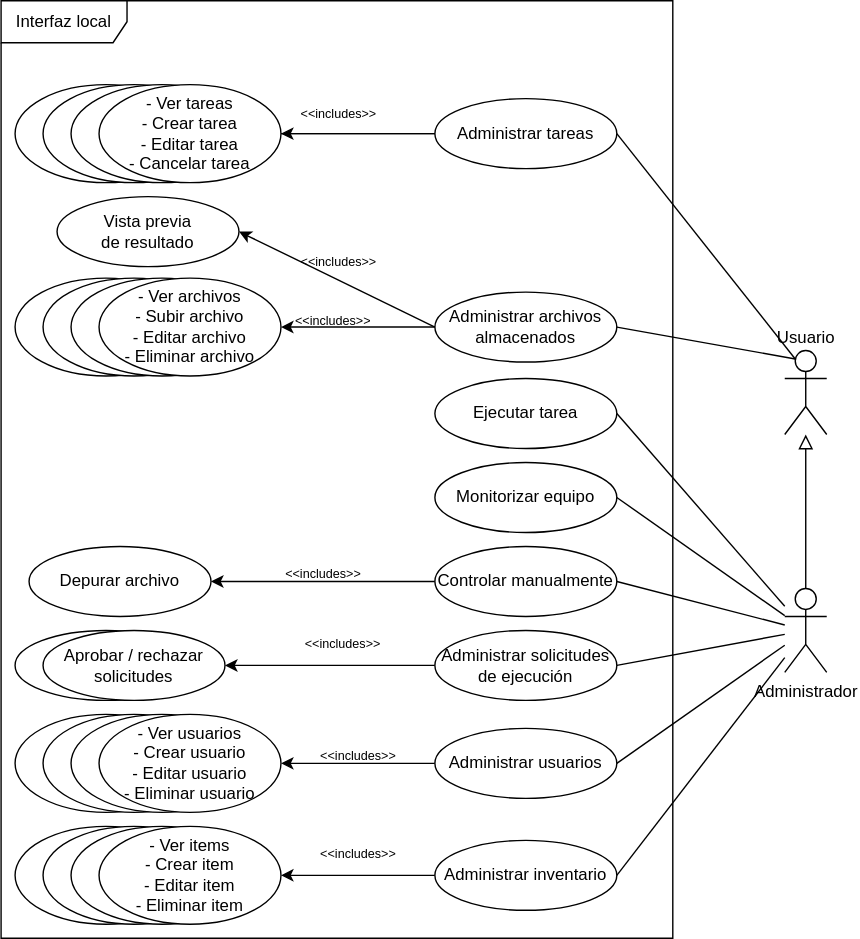
Above: docs/design/use-cases/local-interface-use-cases.drawio.svg in Leandro-Bertoluzzi/remote-cnc (draw.io), before the change. Source tidied: cells renumbered, new cells last; positions are measured from the earlier drawing's top-left corner, leaving out a move shared by most shapes.
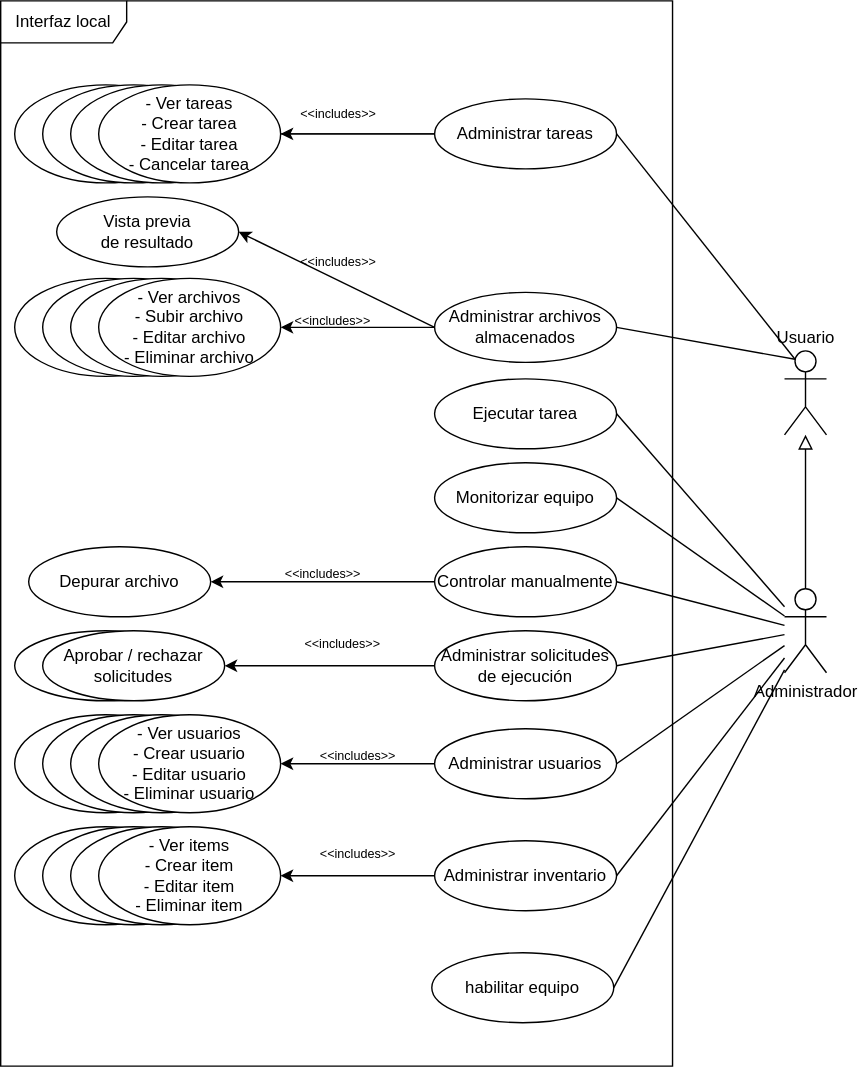
Later version of the same file.

Commit message:
docs: Split deployment and installation guides docs: Added enable_device to user cases diagram

Diff of the diagram source:
```diff
@@ -12,7 +12,7 @@
       <mxGeometry x="30" y="60" width="130" height="70" as="geometry" />
     </mxCell>
     <mxCell id="5" value="Interfaz local" style="shape=umlFrame;whiteSpace=wrap;html=1;width=90;height=30;" parent="1" vertex="1">
-      <mxGeometry width="480" height="670" as="geometry" />
+      <mxGeometry width="480" height="761" as="geometry" />
     </mxCell>
     <mxCell id="6" value="Administrar tareas" style="ellipse;whiteSpace=wrap;html=1;" parent="1" vertex="1">
       <mxGeometry x="310" y="70" width="130" height="50" as="geometry" />
@@ -110,6 +110,9 @@
     <mxCell id="35" style="rounded=0;jettySize=auto;html=1;entryX=1;entryY=0.5;entryDx=0;entryDy=0;endArrow=none;endFill=0;" parent="1" edge="1" source="36" target="7">
       <mxGeometry relative="1" as="geometry" />
     </mxCell>
+    <mxCell id="53" style="edgeStyle=none;html=1;entryX=1;entryY=0.5;entryDx=0;entryDy=0;endArrow=none;endFill=0;" parent="1" edge="1" source="36" target="54">
+      <mxGeometry relative="1" as="geometry" />
+    </mxCell>
     <mxCell id="36" value="Administrador" style="shape=umlActor;verticalLabelPosition=bottom;verticalAlign=top;html=1;" parent="1" vertex="1">
       <mxGeometry x="560" y="420" width="30" height="60" as="geometry" />
     </mxCell>
@@ -161,5 +164,8 @@
     <mxCell id="52" value="Depurar archivo" style="ellipse;whiteSpace=wrap;html=1;" parent="1" vertex="1">
       <mxGeometry x="20" y="390" width="130" height="50" as="geometry" />
     </mxCell>
+    <mxCell id="54" value="habilitar equipo" style="ellipse;whiteSpace=wrap;html=1;" parent="1" vertex="1">
+      <mxGeometry x="308" y="680" width="130" height="50" as="geometry" />
+    </mxCell>
   </root>
 </mxGraphModel>
```
